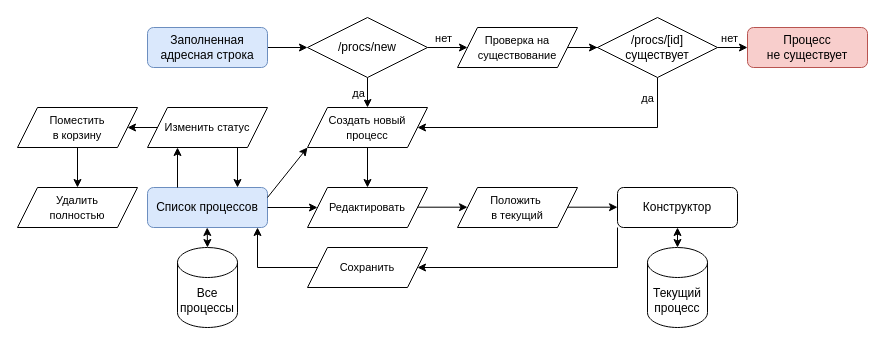
Before: draw.io/constructor.drawio in Kasimba666/PsyProcessor-vue, a draw.io diagram. Source tidied: cells renumbered, new cells numbered last; positions are measured from the earlier drawing's top-left corner, leaving out a move shared by most shapes. Both pictures are drawn from the tidied source at 100%, with x=0, y=0 at pixel (17, 17).
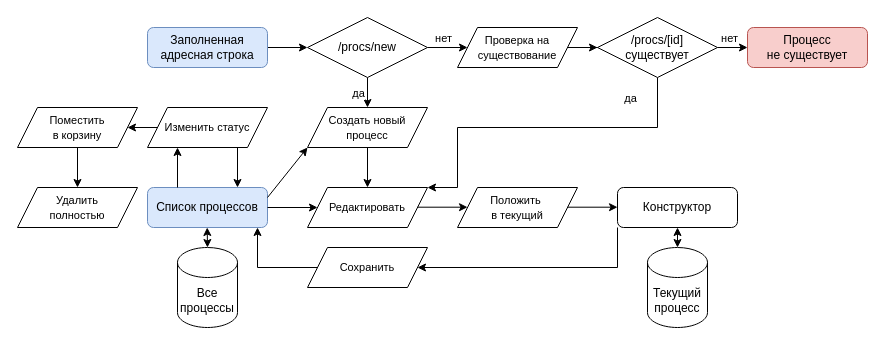
After the change.

Unchanged cells that the change refers to:
```xml
<mxCell id="7" value="&lt;span style=&quot;font-size: 11px; text-wrap: nowrap; background-color: rgb(255, 255, 255);&quot;&gt;Создать новый&lt;/span&gt;&lt;div&gt;&lt;span style=&quot;font-size: 11px; text-wrap: nowrap; background-color: rgb(255, 255, 255);&quot;&gt;процесс&lt;/span&gt;&lt;/div&gt;" style="shape=parallelogram;perimeter=parallelogramPerimeter;whiteSpace=wrap;html=1;fixedSize=1;" parent="1" vertex="1">
  <mxGeometry x="290" y="90" width="120" height="40" as="geometry" />
</mxCell>
<mxCell id="10" value="/procs/[id] существует" style="rhombus;whiteSpace=wrap;html=1;" parent="1" vertex="1">
  <mxGeometry x="580" width="120" height="60" as="geometry" />
</mxCell>
<mxCell id="24" value="&lt;span style=&quot;font-size: 11px; text-wrap: nowrap; background-color: rgb(255, 255, 255);&quot;&gt;Редактировать&lt;/span&gt;" style="shape=parallelogram;perimeter=parallelogramPerimeter;whiteSpace=wrap;html=1;fixedSize=1;" parent="1" vertex="1">
  <mxGeometry x="290" y="170" width="120" height="40" as="geometry" />
</mxCell>
```

Change to the diagram source:
```diff
@@
-    <mxCell id="8" style="edgeStyle=orthogonalEdgeStyle;rounded=0;jettySize=auto;html=1;" parent="1" edge="1" source="10" target="7">
+    <mxCell id="8" style="edgeStyle=orthogonalEdgeStyle;rounded=0;jettySize=auto;html=1;entryX=1;entryY=0;entryDx=0;entryDy=0;" parent="1" edge="1" source="10" target="24">
       <mxGeometry relative="1" as="geometry">
         <Array as="points">
           <mxPoint x="640" y="110" />
+          <mxPoint x="440" y="110" />
+          <mxPoint x="440" y="170" />
         </Array>
       </mxGeometry>
     </mxCell>
```
